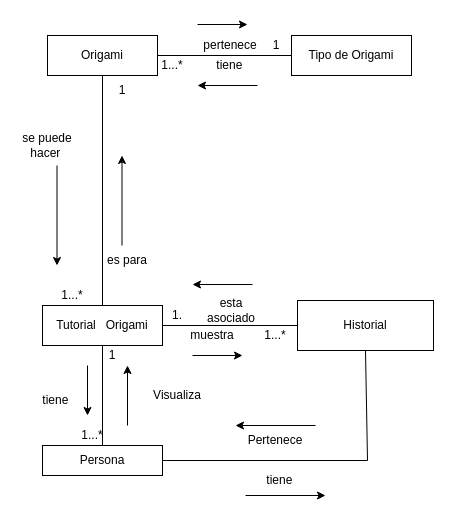
Before: ModeloDeDominio3D.drawio in andrescastillo1996/documentacionMundoOrigami, a draw.io diagram. Source tidied: cells renumbered, new cells numbered last; positions are measured from the earlier drawing's top-left corner, leaving out a move shared by most shapes. Both pictures are drawn from the tidied source at 100%, with x=0, y=0 at pixel (17, 24).
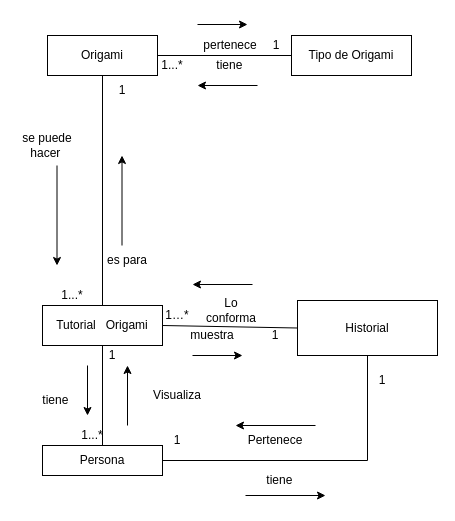
The same page after the edit.

What changed in the source:
```diff
@@
     <mxCell id="4" value="Historial" style="rounded=0;whiteSpace=wrap;html=1;" parent="1" vertex="1">
-      <mxGeometry x="280" y="276" width="136" height="50" as="geometry" />
+      <mxGeometry x="280" y="276" width="140" height="55" as="geometry" />
     </mxCell>
@@
-    <mxCell id="26" value="esta asociado" style="text;html=1;strokeColor=none;fillColor=none;align=center;verticalAlign=middle;whiteSpace=wrap;rounded=0;" parent="1" vertex="1">
+    <mxCell id="26" value="Lo conforma" style="text;html=1;strokeColor=none;fillColor=none;align=center;verticalAlign=middle;whiteSpace=wrap;rounded=0;" parent="1" vertex="1">
       <mxGeometry x="184" y="271" width="60" height="30" as="geometry" />
     </mxCell>
-    <mxCell id="27" value="1." style="text;html=1;strokeColor=none;fillColor=none;align=center;verticalAlign=middle;whiteSpace=wrap;rounded=0;" parent="1" vertex="1">
+    <mxCell id="27" value="1…*" style="text;html=1;strokeColor=none;fillColor=none;align=center;verticalAlign=middle;whiteSpace=wrap;rounded=0;" parent="1" vertex="1">
       <mxGeometry x="145" y="281" width="30" height="20" as="geometry" />
     </mxCell>
-    <mxCell id="28" value="1...*" style="text;html=1;strokeColor=none;fillColor=none;align=center;verticalAlign=middle;whiteSpace=wrap;rounded=0;" parent="1" vertex="1">
+    <mxCell id="28" value="1" style="text;html=1;strokeColor=none;fillColor=none;align=center;verticalAlign=middle;whiteSpace=wrap;rounded=0;" parent="1" vertex="1">
       <mxGeometry x="243" y="301" width="30" height="20" as="geometry" />
     </mxCell>
@@
+    <mxCell id="40" value="1" style="text;html=1;strokeColor=none;fillColor=none;align=center;verticalAlign=middle;whiteSpace=wrap;rounded=0;" parent="1" vertex="1">
+      <mxGeometry x="150" y="406" width="20" height="20" as="geometry" />
+    </mxCell>
+    <mxCell id="41" value="1" style="text;html=1;strokeColor=none;fillColor=none;align=center;verticalAlign=middle;whiteSpace=wrap;rounded=0;" parent="1" vertex="1">
+      <mxGeometry x="360" y="351" width="10" height="10" as="geometry" />
+    </mxCell>
```
